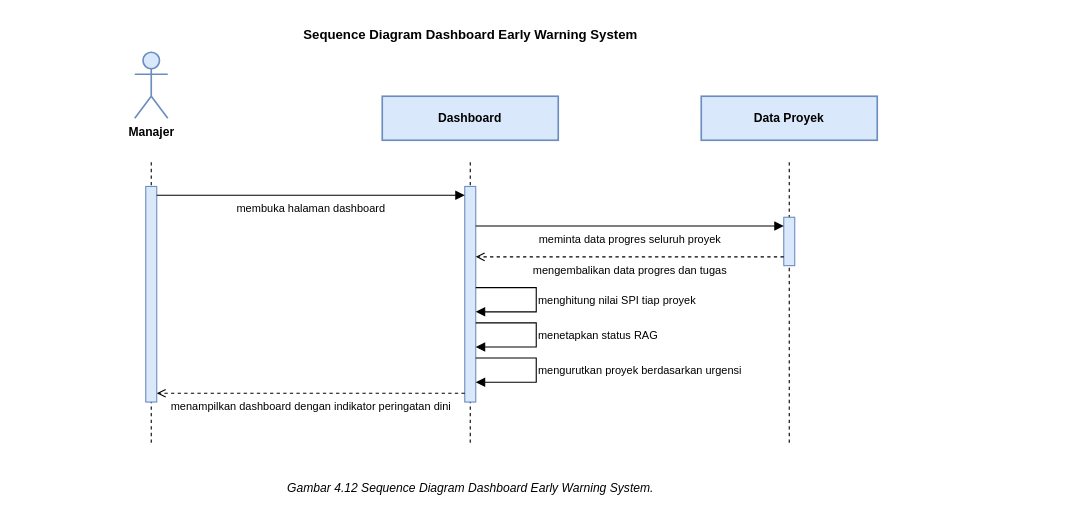
evelleura/shi-dashboard keeps this draw.io diagram as diagram/ai/Sequence/SD_DASHBOARD_EWS.drawio. Above is the earlier version. Source tidied: cells renumbered, new cells numbered last; positions are measured from the earlier drawing's top-left corner, leaving out a move shared by most shapes. Both pictures are drawn from the tidied source at 110%, with x=0, y=0 at pixel (19, 19).
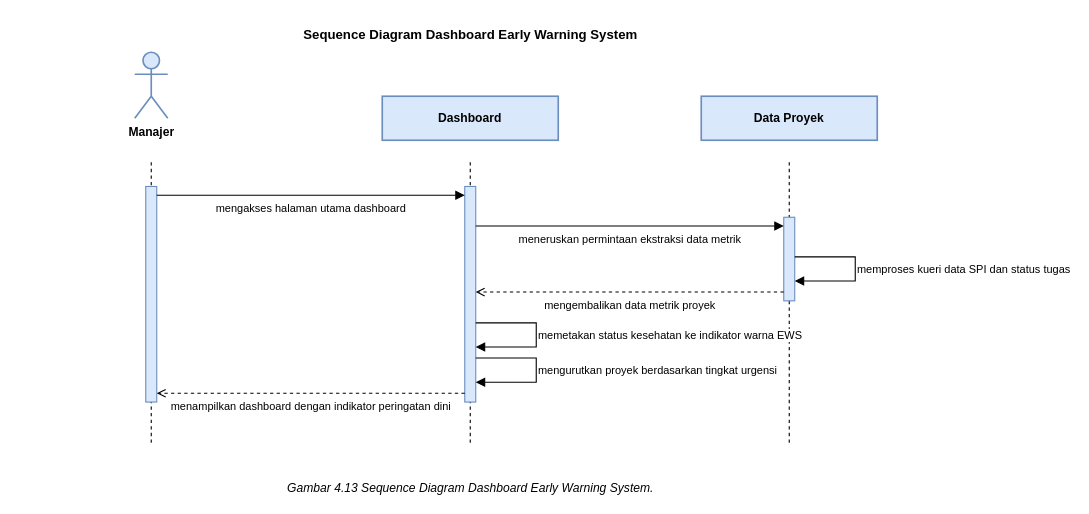
After the change.

Commit message (it also covers changes not shown here):
feat(diagram): align 5 sequence diagrams with activity 4.5-4.9

Diff of the diagram source:
```diff
@@
-    <mxCell id="6" style="endArrow=none;html=1;rounded=0;dashed=1;strokeColor=#000000;strokeWidth=1;" parent="1" edge="1">
-      <mxGeometry relative="1" as="geometry">
-        <mxPoint x="410" y="130" as="sourcePoint" />
-        <mxPoint x="410" y="388" as="targetPoint" />
-      </mxGeometry>
-    </mxCell>
+    <mxCell id="20" style="endArrow=none;html=1;rounded=0;dashed=1;strokeColor=#000000;strokeWidth=1;" parent="1" edge="1">
+      <mxGeometry relative="1" as="geometry">
+        <mxPoint x="410" y="130" as="sourcePoint" />
+        <mxPoint x="410" y="388" as="targetPoint" />
+      </mxGeometry>
+    </mxCell>
@@
     <mxCell id="11" style="rounded=0;whiteSpace=wrap;html=1;fillColor=#DAE8FC;strokeColor=#6C8EBF;strokeWidth=1;" parent="1" vertex="1">
-      <mxGeometry x="695" y="180" width="10" height="44" as="geometry" />
+      <mxGeometry x="695" y="180" width="10" height="76" as="geometry" />
     </mxCell>
-    <mxCell id="12" value="membuka halaman dashboard" style="endArrow=block;endFill=1;html=1;rounded=0;strokeColor=#000000;strokeWidth=1;fontSize=10;fontColor=#000000;align=center;verticalAlign=top;" parent="1" edge="1">
+    <mxCell id="12" value="mengakses halaman utama dashboard" style="endArrow=block;endFill=1;html=1;rounded=0;strokeColor=#000000;strokeWidth=1;fontSize=10;fontColor=#000000;align=center;verticalAlign=top;" parent="1" edge="1">
       <mxGeometry relative="1" as="geometry">
         <mxPoint x="125" y="160" as="sourcePoint" />
         <mxPoint x="405" y="160" as="targetPoint" />
       </mxGeometry>
     </mxCell>
-    <mxCell id="13" value="meminta data progres seluruh proyek" style="endArrow=block;endFill=1;html=1;rounded=0;strokeColor=#000000;strokeWidth=1;fontSize=10;fontColor=#000000;align=center;verticalAlign=top;" parent="1" edge="1">
+    <mxCell id="13" value="meneruskan permintaan ekstraksi data metrik" style="endArrow=block;endFill=1;html=1;rounded=0;strokeColor=#000000;strokeWidth=1;fontSize=10;fontColor=#000000;align=center;verticalAlign=top;" parent="1" edge="1">
       <mxGeometry relative="1" as="geometry">
         <mxPoint x="415" y="188" as="sourcePoint" />
         <mxPoint x="695" y="188" as="targetPoint" />
       </mxGeometry>
     </mxCell>
-    <mxCell id="14" value="mengembalikan data progres dan tugas" style="endArrow=open;endFill=0;html=1;rounded=0;dashed=1;strokeColor=#000000;strokeWidth=1;fontSize=10;fontColor=#000000;align=center;verticalAlign=top;" parent="1" edge="1">
+    <mxCell id="14" value="memproses kueri data SPI dan status tugas" style="endArrow=block;endFill=1;html=1;rounded=0;strokeColor=#000000;strokeWidth=1;fontSize=10;fontColor=#000000;align=left;verticalAlign=middle;" parent="1" edge="1">
       <mxGeometry relative="1" as="geometry">
-        <mxPoint x="695" y="216" as="sourcePoint" />
-        <mxPoint x="415" y="216" as="targetPoint" />
+        <mxPoint x="705" y="216" as="sourcePoint" />
+        <mxPoint x="705" y="238" as="targetPoint" />
+        <Array as="points">
+          <mxPoint x="760" y="216" />
+          <mxPoint x="760" y="238" />
+        </Array>
       </mxGeometry>
     </mxCell>
-    <mxCell id="15" value="menghitung nilai SPI tiap proyek" style="endArrow=block;endFill=1;html=1;rounded=0;strokeColor=#000000;strokeWidth=1;fontSize=10;fontColor=#000000;align=left;verticalAlign=middle;" parent="1" edge="1">
+    <mxCell id="15" value="mengembalikan data metrik proyek" style="endArrow=open;endFill=0;html=1;rounded=0;dashed=1;strokeColor=#000000;strokeWidth=1;fontSize=10;fontColor=#000000;align=center;verticalAlign=top;" parent="1" edge="1">
       <mxGeometry relative="1" as="geometry">
-        <mxPoint x="415" y="244" as="sourcePoint" />
-        <mxPoint x="415" y="266" as="targetPoint" />
-        <Array as="points">
-          <mxPoint x="470" y="244" />
-          <mxPoint x="470" y="266" />
-        </Array>
+        <mxPoint x="695" y="248" as="sourcePoint" />
+        <mxPoint x="415" y="248" as="targetPoint" />
       </mxGeometry>
     </mxCell>
-    <mxCell id="16" value="menetapkan status RAG" style="endArrow=block;endFill=1;html=1;rounded=0;strokeColor=#000000;strokeWidth=1;fontSize=10;fontColor=#000000;align=left;verticalAlign=middle;" parent="1" edge="1">
+    <mxCell id="16" value="memetakan status kesehatan ke indikator warna EWS" style="endArrow=block;endFill=1;html=1;rounded=0;strokeColor=#000000;strokeWidth=1;fontSize=10;fontColor=#000000;align=left;verticalAlign=middle;" parent="1" edge="1">
       <mxGeometry relative="1" as="geometry">
         <mxPoint x="415" y="276" as="sourcePoint" />
         <mxPoint x="415" y="298" as="targetPoint" />
         <Array as="points">
           <mxPoint x="470" y="276" />
           <mxPoint x="470" y="298" />
         </Array>
       </mxGeometry>
     </mxCell>
-    <mxCell id="17" value="mengurutkan proyek berdasarkan urgensi" style="endArrow=block;endFill=1;html=1;rounded=0;strokeColor=#000000;strokeWidth=1;fontSize=10;fontColor=#000000;align=left;verticalAlign=middle;" parent="1" edge="1">
+    <mxCell id="17" value="mengurutkan proyek berdasarkan tingkat urgensi" style="endArrow=block;endFill=1;html=1;rounded=0;strokeColor=#000000;strokeWidth=1;fontSize=10;fontColor=#000000;align=left;verticalAlign=middle;" parent="1" edge="1">
       <mxGeometry relative="1" as="geometry">
         <mxPoint x="415" y="308" as="sourcePoint" />
         <mxPoint x="415" y="330" as="targetPoint" />
         <Array as="points">
           <mxPoint x="470" y="308" />
           <mxPoint x="470" y="330" />
         </Array>
       </mxGeometry>
     </mxCell>
@@
-    <mxCell id="19" value="Gambar 4.12 Sequence Diagram Dashboard Early Warning System." style="text;html=1;align=center;fontSize=11;fontStyle=2;fontColor=#000000;" parent="1" vertex="1">
+    <mxCell id="19" value="Gambar 4.13 Sequence Diagram Dashboard Early Warning System." style="text;html=1;align=center;fontSize=11;fontStyle=2;fontColor=#000000;" parent="1" vertex="1">
       <mxGeometry y="413" width="820" height="20" as="geometry" />
     </mxCell>
```
